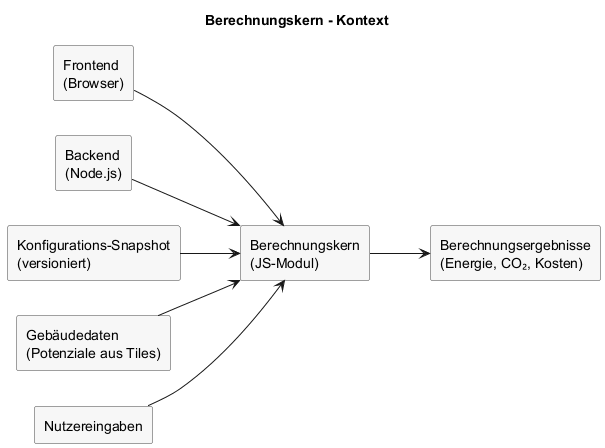
csi-FOXBYTE/Regensburg_DigitalerEnergieZwilling_Backend keeps this PlantUML diagram as docs/architecture/attachments/berechnung-core-architecture.png. Above is the earlier version.
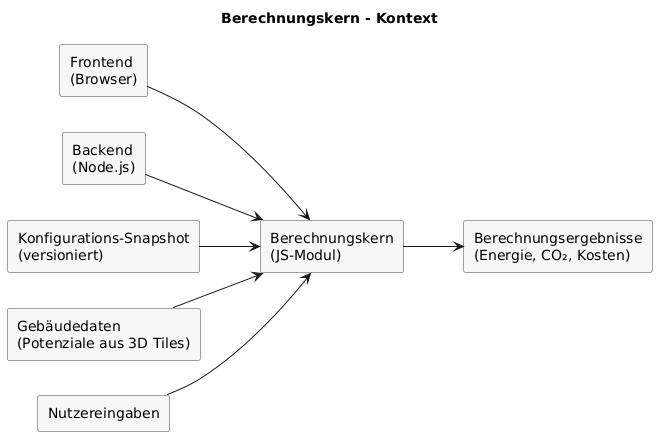
The same diagram one commit later.

Change to the diagram source:
```diff
@@ -11,7 +11,7 @@
 rectangle "Backend\n(Node.js)" as backend
 rectangle "Berechnungskern\n(JS-Modul)" as core
 rectangle "Konfigurations-Snapshot\n(versioniert)" as config
-rectangle "Gebäudedaten\n(Potenziale aus Tiles)" as building
+rectangle "Gebäudedaten\n(Potenziale aus 3D Tiles)" as building
 rectangle "Nutzereingaben" as inputs
 rectangle "Berechnungsergebnisse\n(Energie, CO₂, Kosten)" as outputs
 
```
